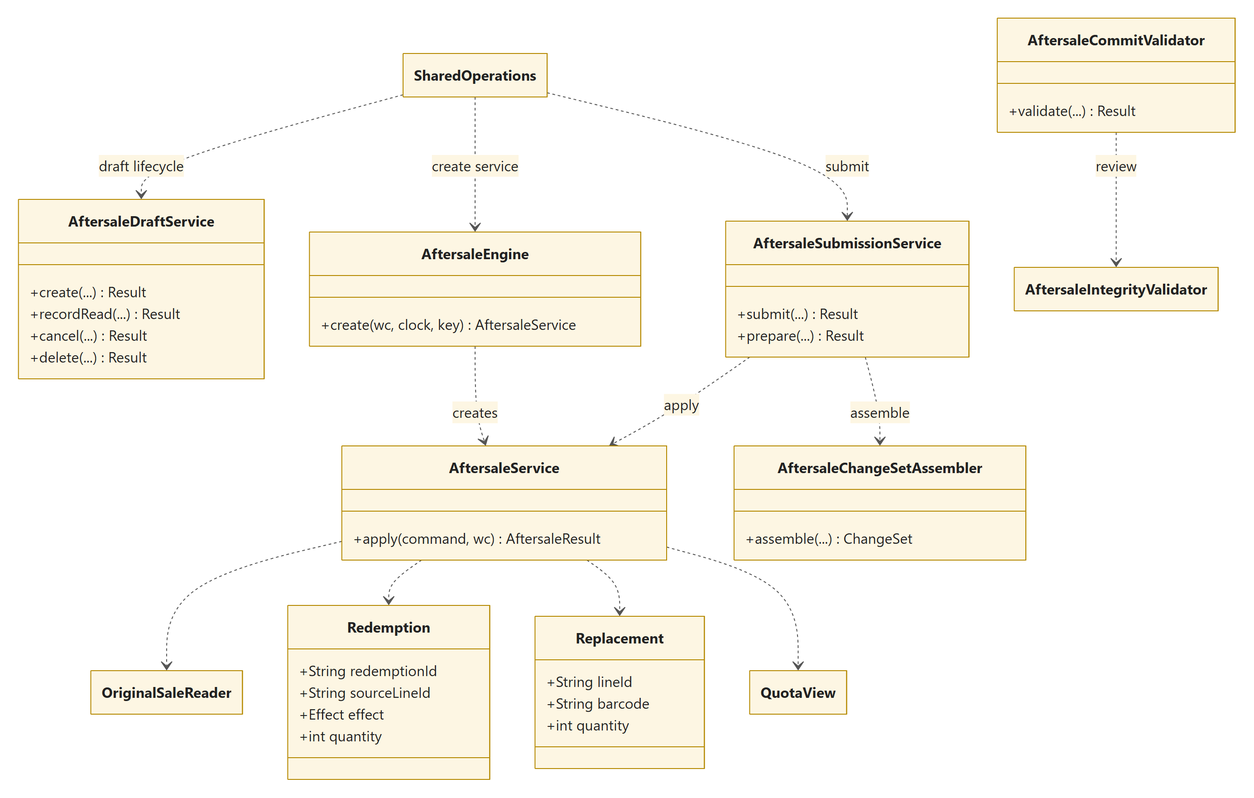
Above: docs/design/report/04_aftersale.png in Noctis-SiKong/supermarket-management (Mermaid), before the change. Its source is kept beside it as docs/design/report/04_aftersale.mmd.
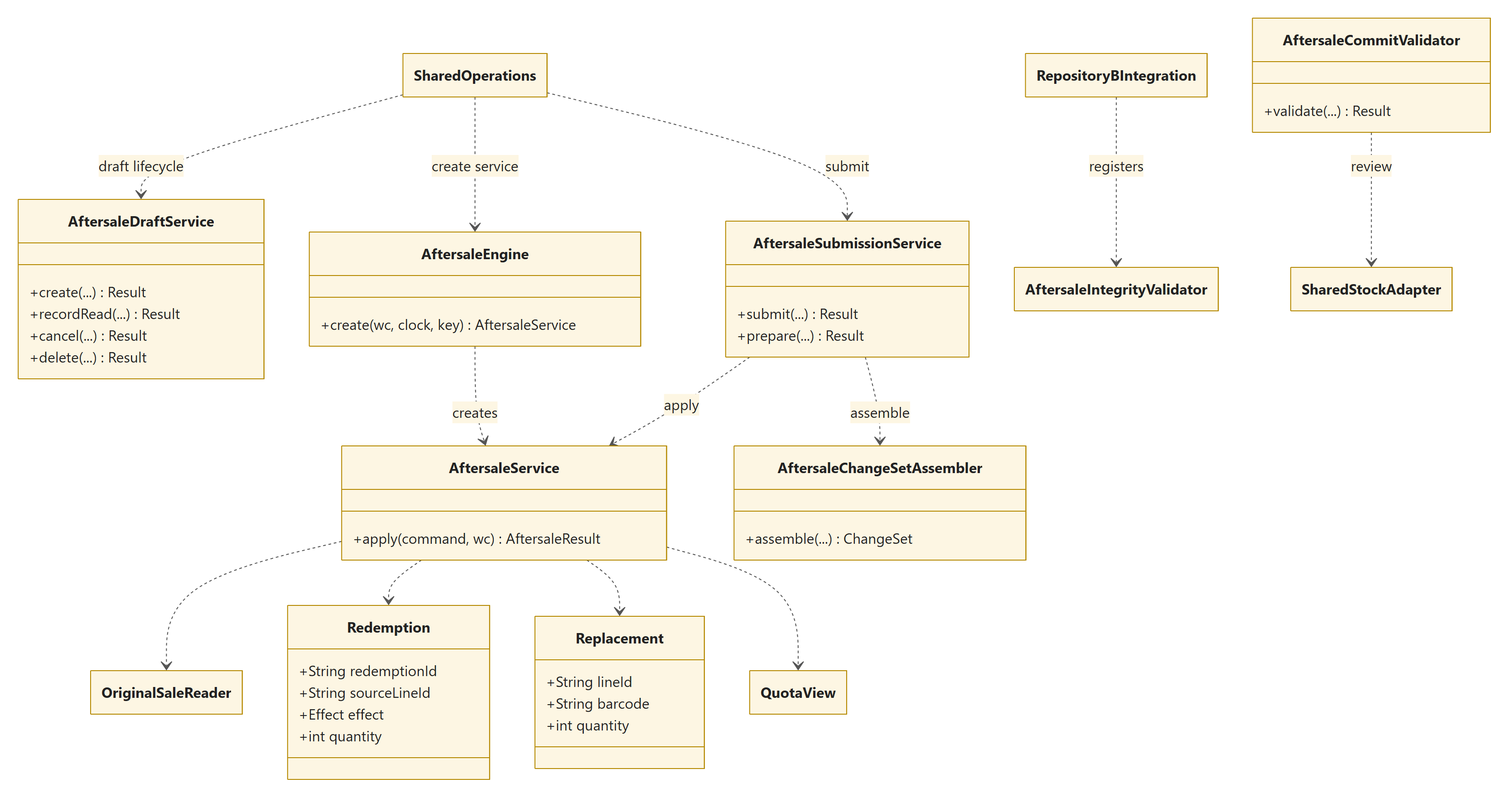
Later version of the same file.

The edit, as a diff of the source:
```diff
@@ -2,6 +2,7 @@
 direction TB
 
 class SharedOperations
+class RepositoryBIntegration
 class AftersaleEngine {
     +create(wc, clock, key) AftersaleService
 }
@@ -19,6 +20,7 @@
     +validate(...) Result
 }
 class AftersaleIntegrityValidator
+class SharedStockAdapter
 class AftersaleDraftService {
     +create(...) Result
     +recordRead(...) Result
@@ -45,7 +47,8 @@
 AftersaleEngine ..> AftersaleService : creates
 AftersaleSubmissionService ..> AftersaleService : apply
 AftersaleSubmissionService ..> AftersaleChangeSetAssembler : assemble
-AftersaleCommitValidator ..> AftersaleIntegrityValidator : review
+AftersaleCommitValidator ..> SharedStockAdapter : review
+RepositoryBIntegration ..> AftersaleIntegrityValidator : registers
 AftersaleService ..> OriginalSaleReader
 AftersaleService ..> Redemption
 AftersaleService ..> Replacement
```
